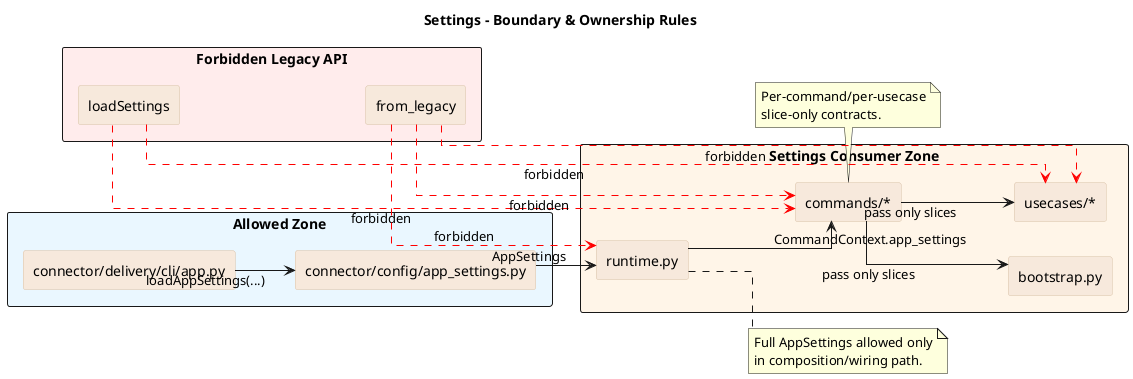
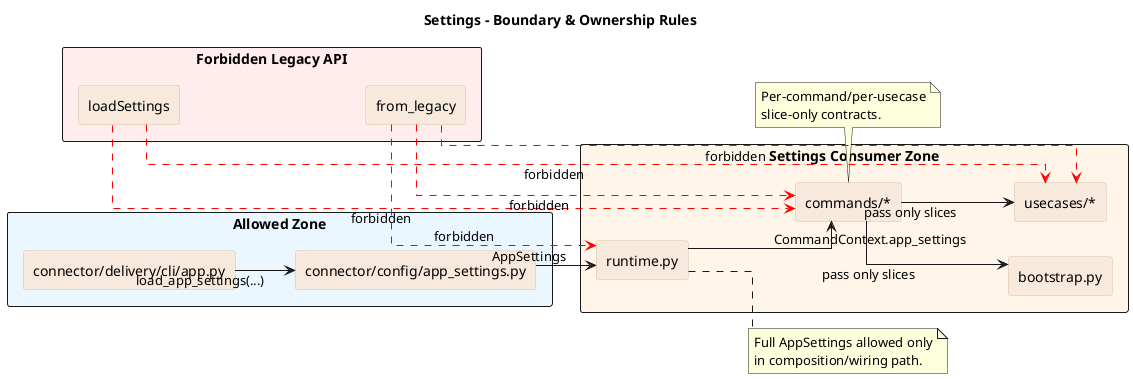
@startuml
title Settings - Boundary & Ownership Rules

left to right direction
skinparam backgroundColor white
skinparam componentStyle rectangle
skinparam defaultFontName Arial
skinparam linetype ortho
skinparam component {
  BackgroundColor #f7e9dc
  BorderColor #d9c2a8
}

rectangle "Allowed Zone" #EAF7FF {
  [connector/delivery/cli/app.py] as AppMain
  [connector/config/app_settings.py] as AppSettingsModule
}

rectangle "Settings Consumer Zone" #FFF5E8 {
  [runtime.py] as Runtime
  [bootstrap.py] as Bootstrap
  [commands/*] as Commands
  [usecases/*] as UseCases
}

rectangle "Forbidden Legacy API" #FFECEC {
  [loadSettings] as LegacyLoad
  [from_legacy] as LegacyFrom
}

- AppMain --> AppSettingsModule : loadAppSettings(...)
+ AppMain --> AppSettingsModule : load_app_settings(...)
AppSettingsModule --> Runtime : AppSettings
Runtime --> Commands : CommandContext.app_settings
Commands --> Bootstrap : pass only slices
Commands --> UseCases : pass only slices

LegacyLoad -[hidden]-> LegacyFrom

LegacyLoad -[#red,dashed]-> Commands : forbidden
LegacyLoad -[#red,dashed]-> UseCases : forbidden
LegacyFrom -[#red,dashed]-> Runtime : forbidden
LegacyFrom -[#red,dashed]-> Commands : forbidden
LegacyFrom -[#red,dashed]-> UseCases : forbidden

note right of Runtime
Full AppSettings allowed only
in composition/wiring path.
end note

note bottom of Commands
Per-command/per-usecase
slice-only contracts.
end note

@enduml
